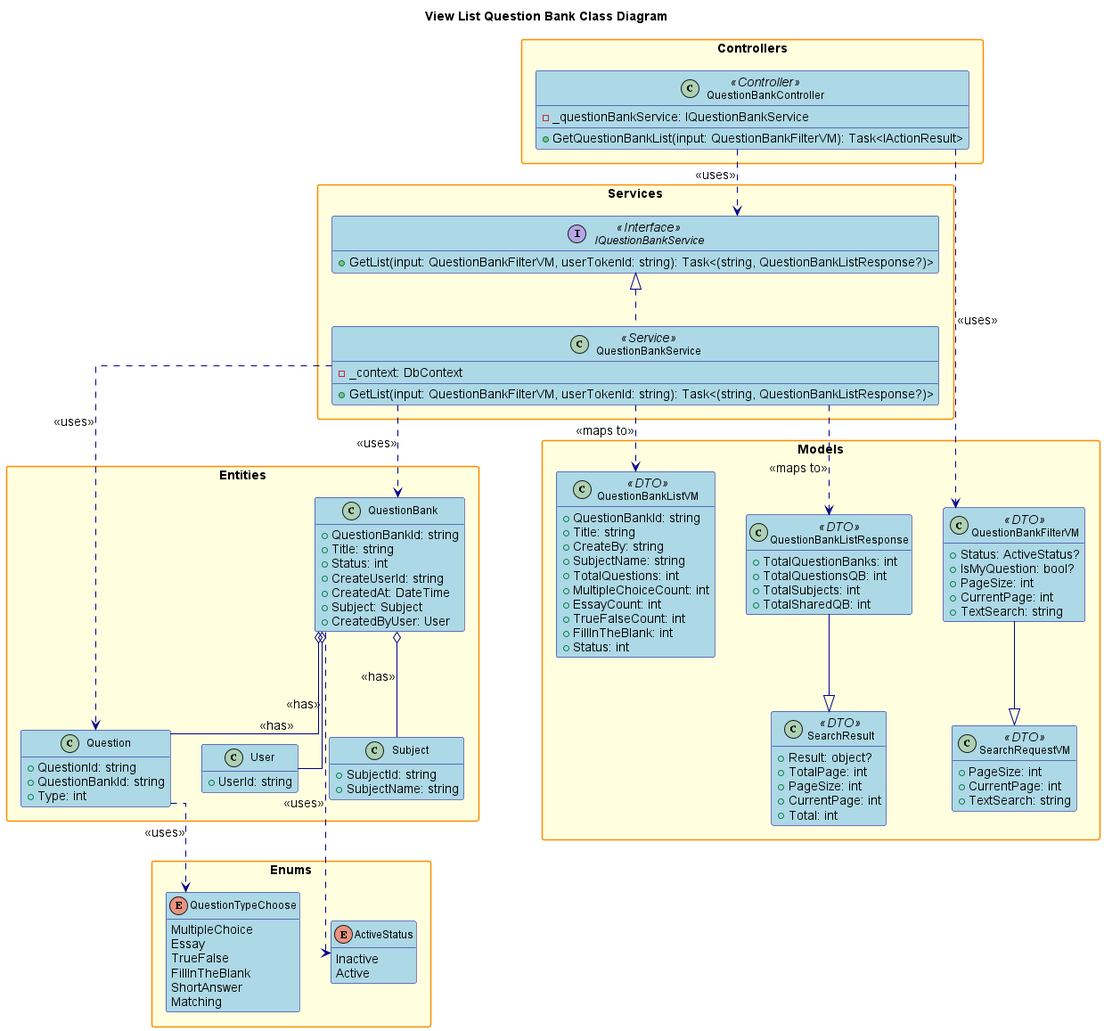
This is design/out/viewlistquestion/viewlistquestion.png from conghoan1211/AI-Kiosk-Testing-system, a PlantUML export, as it was before one commit.
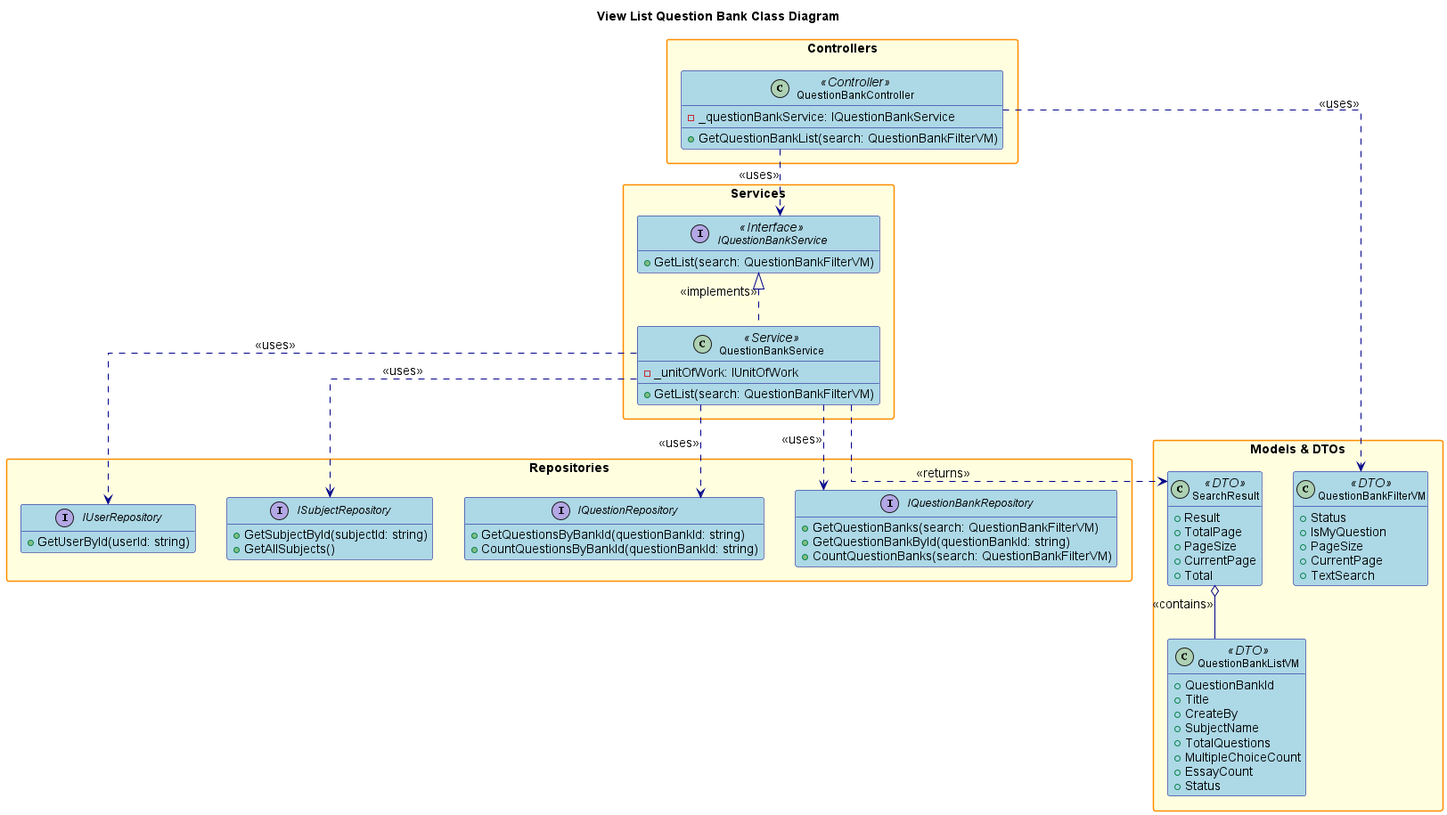
After the change.

The edit, as a diff of the source:
```diff
@@ -1,6 +1,4 @@
 @startuml
-
-title View List Question Bank Class Diagram
 
 hide empty members
 skinparam packageStyle rectangle
@@ -25,129 +23,85 @@
     FontSize 14
     FontStyle bold
 }
-
 skinparam interface {
     BackgroundColor LightGreen
     BorderColor DarkGreen
     FontSize 12
 }
 
-skinparam enum {
-    BackgroundColor LightCyan
-    BorderColor DarkCyan
-    FontSize 12
-}
+title View List Question Bank Class Diagram
 
 package "Controllers" {
     class QuestionBankController <<Controller>> {
         - _questionBankService: IQuestionBankService
-        + GetQuestionBankList(input: QuestionBankFilterVM): Task<IActionResult>
+        + GetQuestionBankList(search: QuestionBankFilterVM)
     }
 }
 
 package "Services" {
     interface IQuestionBankService <<Interface>> {
-        + GetList(input: QuestionBankFilterVM, userTokenId: string): Task<(string, QuestionBankListResponse?)>
+        + GetList(search: QuestionBankFilterVM)
     }
     class QuestionBankService <<Service>> {
-        - _context: DbContext
-        + GetList(input: QuestionBankFilterVM, userTokenId: string): Task<(string, QuestionBankListResponse?)>
+        - _unitOfWork: IUnitOfWork
+        + GetList(search: QuestionBankFilterVM)
     }
 }
 
-package "Models" {
-    class QuestionBankFilterVM <<DTO>> {
-        + Status: ActiveStatus?
-        + IsMyQuestion: bool?
-        + PageSize: int
-        + CurrentPage: int
-        + TextSearch: string
+package "Repositories" {
+    interface IQuestionBankRepository {
+        + GetQuestionBanks(search: QuestionBankFilterVM)
+        + GetQuestionBankById(questionBankId: string)
+        + CountQuestionBanks(search: QuestionBankFilterVM)
     }
-    class SearchRequestVM <<DTO>> {
-        + PageSize: int
-        + CurrentPage: int
-        + TextSearch: string
+    interface IQuestionRepository {
+        + GetQuestionsByBankId(questionBankId: string)
+        + CountQuestionsByBankId(questionBankId: string)
     }
-    class QuestionBankListResponse <<DTO>> {
-        + TotalQuestionBanks: int
-        + TotalQuestionsQB: int
-        + TotalSubjects: int
-        + TotalSharedQB: int
+    interface ISubjectRepository {
+        + GetSubjectById(subjectId: string)
+        + GetAllSubjects()
     }
-     class SearchResult <<DTO>> {
-        + Result: object?
-        + TotalPage: int
-        + PageSize: int
-        + CurrentPage: int
-        + Total: int
-    }
-
-    class QuestionBankListVM <<DTO>> {
-        + QuestionBankId: string
-        + Title: string
-        + CreateBy: string
-        + SubjectName: string
-        + TotalQuestions: int
-        + MultipleChoiceCount: int
-        + EssayCount: int
-        + TrueFalseCount: int
-        + FillInTheBlank: int
-        + Status: int
+    interface IUserRepository {
+        + GetUserById(userId: string)
     }
 }
 
-package "Entities" {
-    class QuestionBank {
-        + QuestionBankId: string
-        + Title: string
-        + Status: int
-        + CreateUserId: string
-        + CreatedAt: DateTime
-        + Subject: Subject
-        + CreatedByUser: User
+package "Models & DTOs" {
+    class QuestionBankFilterVM <<DTO>> {
+        + Status
+        + IsMyQuestion
+        + PageSize
+        + CurrentPage
+        + TextSearch
     }
-    class Subject {
-        + SubjectId: string
-        + SubjectName: string
+    class SearchResult <<DTO>> {
+        + Result
+        + TotalPage
+        + PageSize
+        + CurrentPage
+        + Total
     }
-    class User {
-        + UserId: string
-    }
-    class Question {
-        + QuestionId: string
-        + QuestionBankId: string
-        + Type: int
-    }
-}
-
-package "Enums" {
-    enum ActiveStatus {
-        Inactive
-        Active
-    }
-    enum QuestionTypeChoose {
-        MultipleChoice
-        Essay
-        TrueFalse
-        FillInTheBlank
-        ShortAnswer
-        Matching
+    class QuestionBankListVM <<DTO>> {
+        + QuestionBankId
+        + Title
+        + CreateBy
+        + SubjectName
+        + TotalQuestions
+        + MultipleChoiceCount
+        + EssayCount
+        + Status
     }
 }
 
 QuestionBankController ..> IQuestionBankService : <<uses>>
-IQuestionBankService <|.. QuestionBankService
 QuestionBankController ..> QuestionBankFilterVM : <<uses>>
-QuestionBankService ..> QuestionBank : <<uses>>
-QuestionBankService ..> Question : <<uses>>
-QuestionBankService ..> QuestionBankListResponse : <<maps to>>
-QuestionBankService ..> QuestionBankListVM : <<maps to>>
-QuestionBankFilterVM --|> SearchRequestVM
-QuestionBankListResponse --|> SearchResult
-QuestionBank o-- Subject : <<has>>
-QuestionBank o-- User : <<has>>
-QuestionBank o-- Question : <<has>>
-Question ..> QuestionTypeChoose : <<uses>>
-QuestionBank ..> ActiveStatus : <<uses>>
+IQuestionBankService <|.. QuestionBankService : <<implements>>
+QuestionBankService ..> IQuestionBankRepository : <<uses>>
+QuestionBankService ..> IQuestionRepository : <<uses>>
+QuestionBankService ..> ISubjectRepository : <<uses>>
+QuestionBankService ..> IUserRepository : <<uses>>
+QuestionBankService ..> SearchResult : <<returns>>
+SearchResult o-- QuestionBankListVM : <<contains>>
 
 @enduml
```
